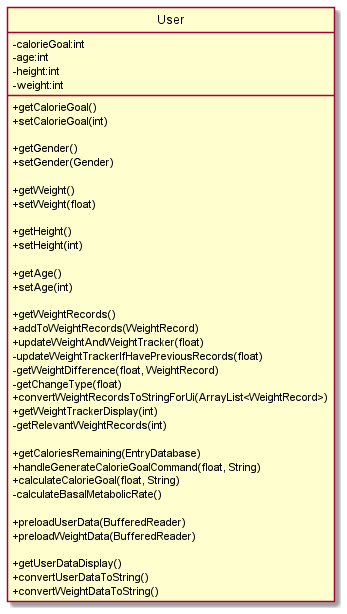
praj-bellakka/tp keeps this PlantUML diagram as docs/diagrams-DG/User_Class.png. Above is the earlier version.
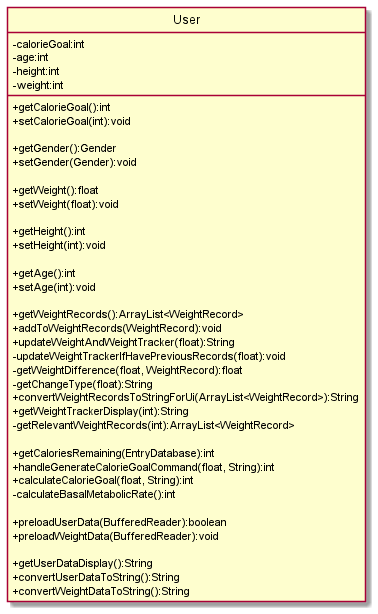
After the commit.

What changed in the source:
```diff
@@ -9,41 +9,41 @@
 -height:int
 -weight:int
 
-+getCalorieGoal()
-+setCalorieGoal(int)
++getCalorieGoal():int
++setCalorieGoal(int):void
 
-+getGender()
-+setGender(Gender)
++getGender():Gender
++setGender(Gender):void
 
-+getWeight()
-+setWeight(float)
++getWeight():float
++setWeight(float):void
 
-+getHeight()
-+setHeight(int)
++getHeight():int
++setHeight(int):void
 
-+getAge()
-+setAge(int)
++getAge():int
++setAge(int):void
 
-+getWeightRecords()
-+addToWeightRecords(WeightRecord)
-+updateWeightAndWeightTracker(float)
--updateWeightTrackerIfHavePreviousRecords(float)
--getWeightDifference(float, WeightRecord)
--getChangeType(float)
-+convertWeightRecordsToStringForUi(ArrayList<WeightRecord>)
-+getWeightTrackerDisplay(int)
--getRelevantWeightRecords(int)
++getWeightRecords():ArrayList<WeightRecord>
++addToWeightRecords(WeightRecord):void
++updateWeightAndWeightTracker(float):String
+-updateWeightTrackerIfHavePreviousRecords(float):void
+-getWeightDifference(float, WeightRecord):float
+-getChangeType(float):String
++convertWeightRecordsToStringForUi(ArrayList<WeightRecord>):String
++getWeightTrackerDisplay(int):String
+-getRelevantWeightRecords(int):ArrayList<WeightRecord>
 
-+getCaloriesRemaining(EntryDatabase)
-+handleGenerateCalorieGoalCommand(float, String)
-+calculateCalorieGoal(float, String)
--calculateBasalMetabolicRate()
++getCaloriesRemaining(EntryDatabase):int
++handleGenerateCalorieGoalCommand(float, String):int
++calculateCalorieGoal(float, String):int
+-calculateBasalMetabolicRate():int
 
-+preloadUserData(BufferedReader)
-+preloadWeightData(BufferedReader)
++preloadUserData(BufferedReader):boolean
++preloadWeightData(BufferedReader):void
 
-+getUserDataDisplay()
-+convertUserDataToString()
-+convertWeightDataToString()
++getUserDataDisplay():String
++convertUserDataToString():String
++convertWeightDataToString():String
 }
 @enduml
```
